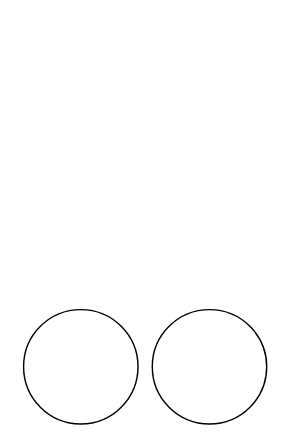
Earlier version of the draw.io diagram Untitled Diagram.drawio (123nishan/wireframes). Source tidied: cells renumbered, new cells numbered last; positions are measured from the earlier drawing's top-left corner, leaving out a move shared by most shapes. Both pictures are drawn from the tidied source at 143%, with x=0, y=0 at pixel (23, 309).
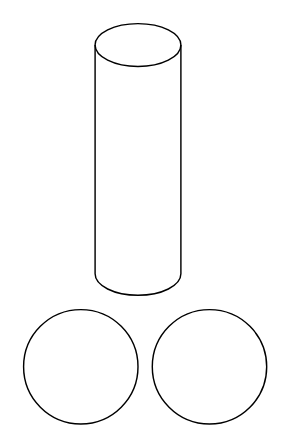
The same page after the edit.

Change to the diagram source:
```diff
@@
 <mxGraphModel>
   <root>
     <mxCell id="0" />
     <mxCell id="1" parent="0" />
     <mxCell id="2" style="ellipse;whiteSpace=wrap;html=1;" parent="1" vertex="1">
       <mxGeometry width="80" height="80" as="geometry" />
     </mxCell>
     <mxCell id="3" style="ellipse;whiteSpace=wrap;html=1;" parent="1" vertex="1">
       <mxGeometry x="90" width="80" height="80" as="geometry" />
     </mxCell>
+    <mxCell id="4" style="shape=cylinder3;whiteSpace=wrap;html=1;boundedLbl=1;backgroundOutline=1;size=15;" parent="1" vertex="1">
+      <mxGeometry x="50" y="-200" width="60" height="190" as="geometry" />
+    </mxCell>
   </root>
 </mxGraphModel>
```
